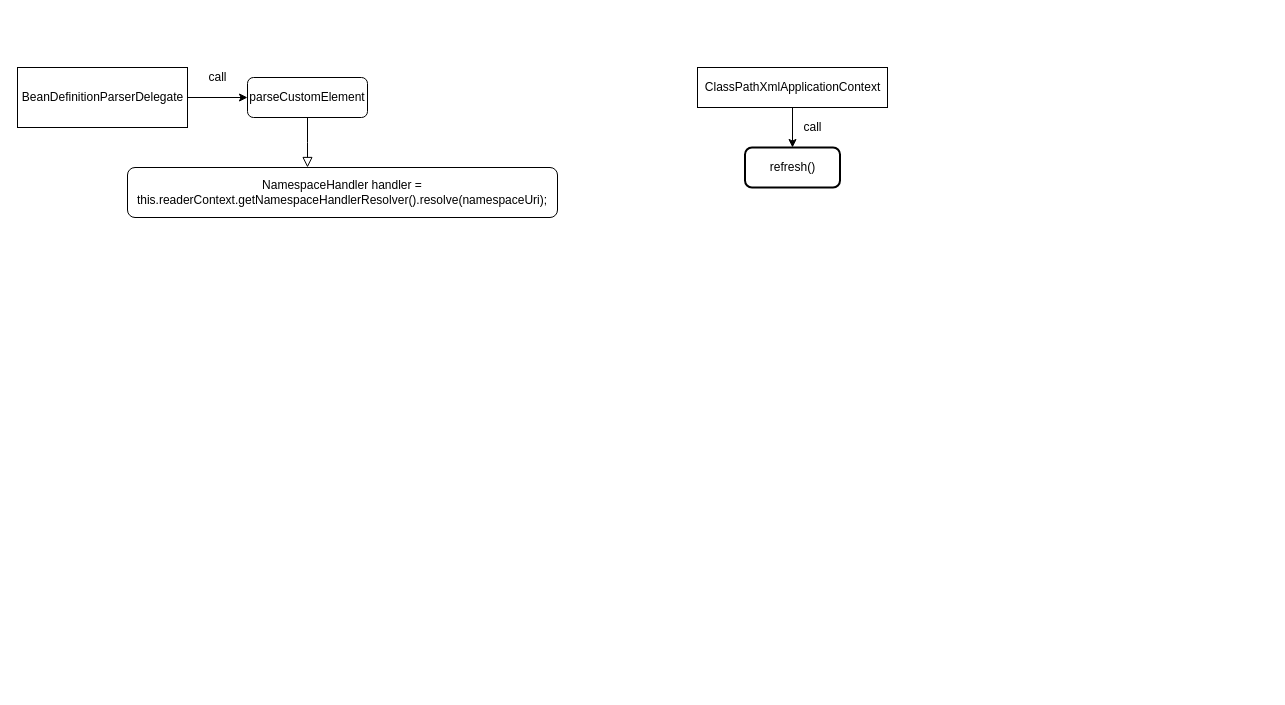
This is diagrams/springframework1.drawio from arxobject/spring_analysis, a draw.io file, before an edit. Source tidied: cells renumbered, new cells numbered last; positions are measured from the earlier drawing's top-left corner, leaving out a move shared by most shapes. Both pictures are drawn from the tidied source at 100%, with x=0, y=0 at pixel (17, 67).
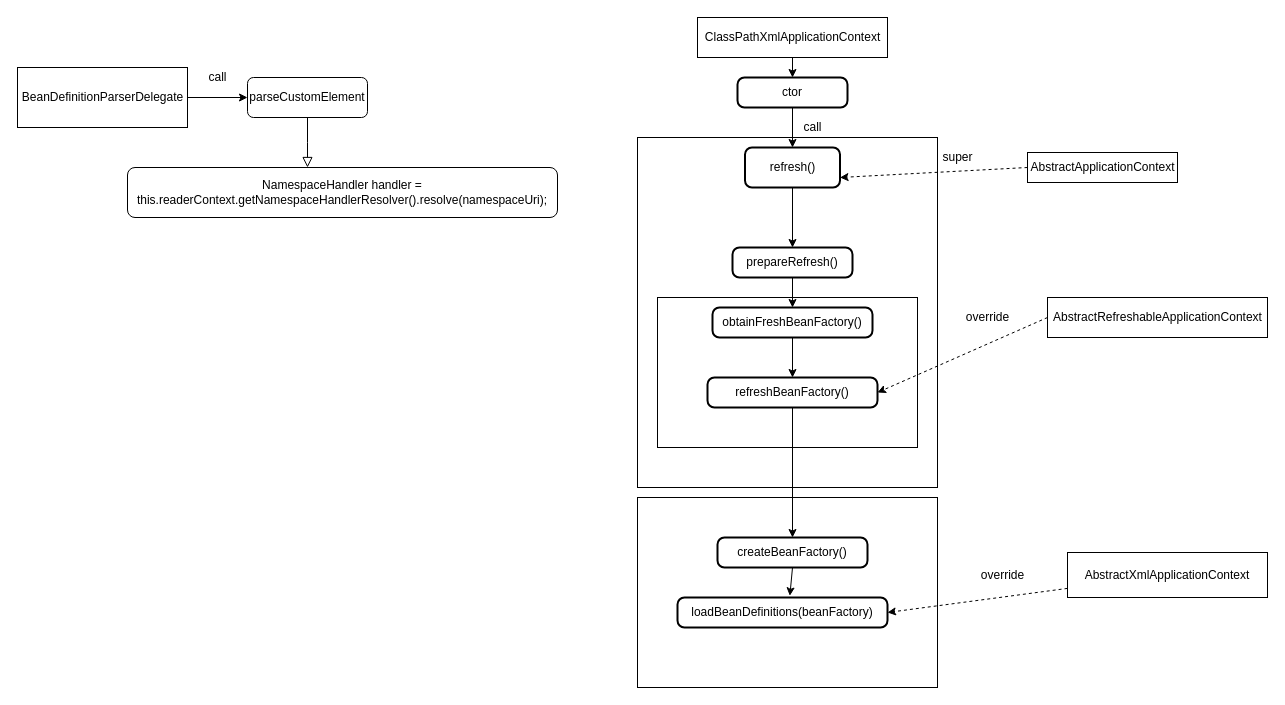
After the change.

Unchanged cells that the change refers to:
```xml
<mxCell id="10" value="refresh()" style="rounded=1;whiteSpace=wrap;html=1;absoluteArcSize=1;arcSize=14;strokeWidth=2;" parent="1" vertex="1">
  <mxGeometry x="727.5" y="80" width="95" height="40" as="geometry" />
</mxCell>
```

Diff of the diagram source:
```diff
@@
-    <mxCell id="8" style="edgeStyle=orthogonalEdgeStyle;rounded=0;jettySize=auto;html=1;" parent="1" edge="1" source="9" target="10">
-      <mxGeometry relative="1" as="geometry" />
-    </mxCell>
+    <mxCell id="12" style="edgeStyle=orthogonalEdgeStyle;rounded=0;jettySize=auto;html=1;exitX=0.5;exitY=1;exitDx=0;exitDy=0;entryX=0.5;entryY=0;entryDx=0;entryDy=0;" parent="1" edge="1" source="9" target="20">
+      <mxGeometry relative="1" as="geometry" />
+    </mxCell>
     <mxCell id="9" value="ClassPathXmlApplicationContext" style="html=1;" parent="1" vertex="1">
-      <mxGeometry x="680" width="190" height="40" as="geometry" />
+      <mxGeometry x="680" y="-50" width="190" height="40" as="geometry" />
     </mxCell>
+    <mxCell id="13" style="edgeStyle=orthogonalEdgeStyle;rounded=0;jettySize=auto;html=1;exitX=0.5;exitY=1;exitDx=0;exitDy=0;entryX=0.5;entryY=0;entryDx=0;entryDy=0;" parent="1" edge="1" source="10" target="16">
+      <mxGeometry relative="1" as="geometry" />
+    </mxCell>
@@
+    <mxCell id="14" style="rounded=0;whiteSpace=wrap;html=1;fillColor=none;" parent="1" vertex="1">
+      <mxGeometry x="620" y="70" width="300" height="350" as="geometry" />
+    </mxCell>
+    <mxCell id="15" style="edgeStyle=orthogonalEdgeStyle;rounded=0;jettySize=auto;html=1;exitX=0.5;exitY=1;exitDx=0;exitDy=0;entryX=0.5;entryY=0;entryDx=0;entryDy=0;" parent="1" edge="1" source="16" target="18">
+      <mxGeometry relative="1" as="geometry" />
+    </mxCell>
+    <mxCell id="16" value="prepareRefresh()" style="rounded=1;whiteSpace=wrap;html=1;absoluteArcSize=1;arcSize=14;strokeWidth=2;" parent="1" vertex="1">
+      <mxGeometry x="715" y="180" width="120" height="30" as="geometry" />
+    </mxCell>
+    <mxCell id="17" style="edgeStyle=none;rounded=0;jettySize=auto;html=1;exitX=0.5;exitY=1;exitDx=0;exitDy=0;entryX=0.5;entryY=0;entryDx=0;entryDy=0;" parent="1" edge="1" source="18" target="25">
+      <mxGeometry relative="1" as="geometry" />
+    </mxCell>
+    <mxCell id="18" value="obtainFreshBeanFactory()" style="rounded=1;whiteSpace=wrap;html=1;absoluteArcSize=1;arcSize=14;strokeWidth=2;fillColor=none;" parent="1" vertex="1">
+      <mxGeometry x="695" y="240" width="160" height="30" as="geometry" />
+    </mxCell>
+    <mxCell id="19" style="edgeStyle=orthogonalEdgeStyle;rounded=0;jettySize=auto;html=1;exitX=0.5;exitY=1;exitDx=0;exitDy=0;entryX=0.5;entryY=0;entryDx=0;entryDy=0;" parent="1" edge="1" source="20" target="10">
+      <mxGeometry relative="1" as="geometry" />
+    </mxCell>
+    <mxCell id="20" value="ctor" style="rounded=1;whiteSpace=wrap;html=1;absoluteArcSize=1;arcSize=14;strokeWidth=2;fillColor=none;" parent="1" vertex="1">
+      <mxGeometry x="720" y="10" width="110" height="30" as="geometry" />
+    </mxCell>
+    <mxCell id="21" style="rounded=0;jettySize=auto;html=1;exitX=0;exitY=0.5;exitDx=0;exitDy=0;entryX=1;entryY=0.75;entryDx=0;entryDy=0;dashed=1;" parent="1" edge="1" source="22" target="10">
+      <mxGeometry relative="1" as="geometry" />
+    </mxCell>
+    <mxCell id="22" value="AbstractApplicationContext" style="html=1;fillColor=none;" parent="1" vertex="1">
+      <mxGeometry x="1010" y="85" width="150" height="30" as="geometry" />
+    </mxCell>
+    <mxCell id="23" style="rounded=0;whiteSpace=wrap;html=1;fillColor=none;" parent="1" vertex="1">
+      <mxGeometry x="640" y="230" width="260" height="150" as="geometry" />
+    </mxCell>
+    <mxCell id="24" style="edgeStyle=none;rounded=0;jettySize=auto;html=1;" parent="1" edge="1" source="25" target="32">
+      <mxGeometry relative="1" as="geometry" />
+    </mxCell>
+    <mxCell id="25" value="refreshBeanFactory()" style="rounded=1;whiteSpace=wrap;html=1;absoluteArcSize=1;arcSize=14;strokeWidth=2;fillColor=none;" parent="1" vertex="1">
+      <mxGeometry x="690" y="310" width="170" height="30" as="geometry" />
+    </mxCell>
+    <mxCell id="26" value="super" style="text;html=1;align=center;verticalAlign=middle;fillColor=none;strokeColor=none;rounded=0;" parent="1" vertex="1">
+      <mxGeometry x="915" y="80" width="50" height="20" as="geometry" />
+    </mxCell>
+    <mxCell id="27" style="edgeStyle=none;rounded=0;jettySize=auto;html=1;exitX=0;exitY=0.5;exitDx=0;exitDy=0;entryX=1;entryY=0.5;entryDx=0;entryDy=0;dashed=1;" parent="1" edge="1" source="28" target="25">
+      <mxGeometry relative="1" as="geometry" />
+    </mxCell>
+    <mxCell id="28" value="AbstractRefreshableApplicationContext" style="html=1;fillColor=none;" parent="1" vertex="1">
+      <mxGeometry x="1030" y="230" width="220" height="40" as="geometry" />
+    </mxCell>
+    <mxCell id="29" value="override" style="text;html=1;align=center;verticalAlign=middle;fillColor=none;strokeColor=none;rounded=0;" parent="1" vertex="1">
+      <mxGeometry x="940" y="240" width="60" height="20" as="geometry" />
+    </mxCell>
+    <mxCell id="30" style="rounded=0;whiteSpace=wrap;html=1;fillColor=none;" parent="1" vertex="1">
+      <mxGeometry x="620" y="430" width="300" height="190" as="geometry" />
+    </mxCell>
+    <mxCell id="31" style="edgeStyle=none;rounded=0;jettySize=auto;html=1;exitX=0.5;exitY=1;exitDx=0;exitDy=0;entryX=0.535;entryY=-0.057;entryDx=0;entryDy=0;entryPerimeter=0;" parent="1" edge="1" source="32" target="33">
+      <mxGeometry relative="1" as="geometry" />
+    </mxCell>
+    <mxCell id="32" value="createBeanFactory()" style="rounded=1;whiteSpace=wrap;html=1;absoluteArcSize=1;arcSize=14;strokeWidth=2;fillColor=none;" parent="1" vertex="1">
+      <mxGeometry x="700" y="470" width="150" height="30" as="geometry" />
+    </mxCell>
+    <mxCell id="33" value="loadBeanDefinitions(beanFactory)" style="rounded=1;whiteSpace=wrap;html=1;absoluteArcSize=1;arcSize=14;strokeWidth=2;fillColor=none;" parent="1" vertex="1">
+      <mxGeometry x="660" y="530" width="210" height="30" as="geometry" />
+    </mxCell>
+    <mxCell id="34" style="edgeStyle=none;rounded=0;jettySize=auto;html=1;entryX=1;entryY=0.5;entryDx=0;entryDy=0;dashed=1;" parent="1" edge="1" source="35" target="33">
+      <mxGeometry relative="1" as="geometry" />
+    </mxCell>
+    <mxCell id="35" value="AbstractXmlApplicationContext" style="rounded=0;whiteSpace=wrap;html=1;fillColor=none;" parent="1" vertex="1">
+      <mxGeometry x="1050" y="485" width="200" height="45" as="geometry" />
+    </mxCell>
+    <mxCell id="36" value="override" style="text;html=1;align=center;verticalAlign=middle;fillColor=none;strokeColor=none;rounded=0;" parent="1" vertex="1">
+      <mxGeometry x="955" y="497.5" width="60" height="20" as="geometry" />
+    </mxCell>
```
